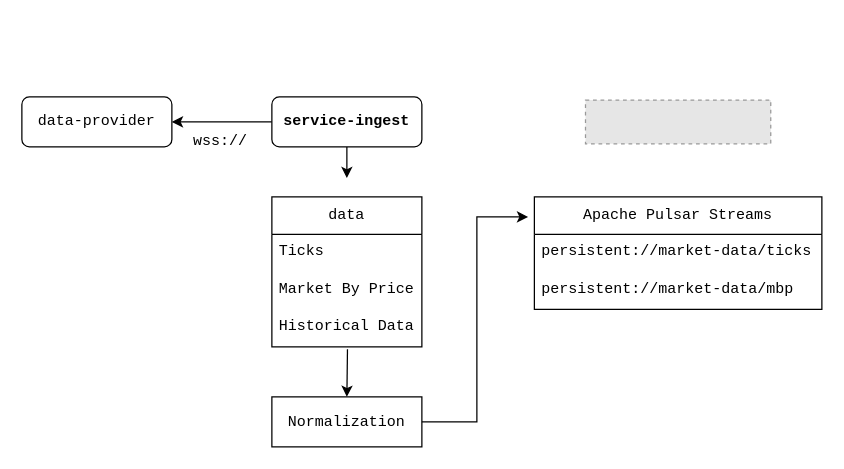
Earlier version of the draw.io diagram backend/service-docs/docs/assets/service-ingest.drawio (rey-sudo/blacker). Source tidied: cells renumbered, new cells numbered last; positions are measured from the earlier drawing's top-left corner, leaving out a move shared by most shapes. Both pictures are drawn from the tidied source at 125%, with x=0, y=0 at pixel (21, 21). Pictures stored in the file or linked from it are replaced by grey dashed boxes.
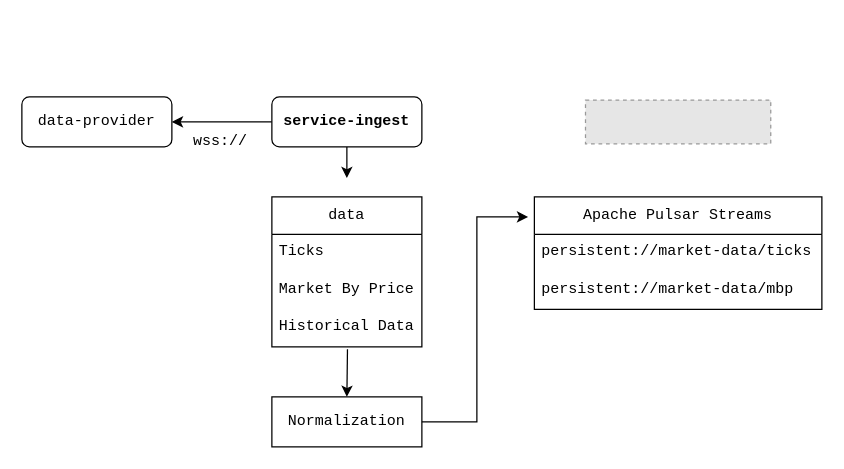
After the change.

The change refers to these unchanged cells:
```xml
<mxCell id="11" value="Historical Data" style="text;strokeColor=none;fillColor=none;align=left;verticalAlign=top;spacingLeft=4;spacingRight=4;overflow=hidden;points=[[0,0.5],[1,0.5]];portConstraint=eastwest;whiteSpace=wrap;html=1;fontFamily=Courier New;fontSize=12;" parent="8" vertex="1">
  <mxGeometry y="90" width="120" height="30" as="geometry" />
</mxCell>
```

The edit, as a diff of the source:
```diff
@@
-    <mxCell id="15" style="fillColor=#E6E6E6;strokeColor=#999999;dashed=1;" parent="1" vertex="1">
+    <mxCell id="15" style="fillColor=#E6E6E6;strokeColor=#999999;dashed=1;fontFamily=Courier New;" parent="1" vertex="1">
       <mxGeometry x="450.9" y="62.5" width="148.2" height="35" as="geometry" />
     </mxCell>
-    <mxCell id="16" value="&lt;font face=&quot;Courier New&quot;&gt;Normalization&lt;/font&gt;" style="rounded=0;whiteSpace=wrap;html=1;" parent="1" vertex="1">
+    <mxCell id="16" value="&lt;font&gt;Normalization&lt;/font&gt;" style="rounded=0;whiteSpace=wrap;html=1;fontFamily=Courier New;" parent="1" vertex="1">
       <mxGeometry x="200" y="300" width="120" height="40" as="geometry" />
     </mxCell>
-    <mxCell id="17" style="edgeStyle=orthogonalEdgeStyle;rounded=0;orthogonalLoop=1;jettySize=auto;html=1;entryX=0;entryY=0.133;entryDx=0;entryDy=0;entryPerimeter=0;" parent="1" edge="1">
+    <mxCell id="17" style="edgeStyle=orthogonalEdgeStyle;rounded=0;orthogonalLoop=1;jettySize=auto;html=1;entryX=0;entryY=0.133;entryDx=0;entryDy=0;entryPerimeter=0;fontFamily=Courier New;" parent="1" edge="1">
       <mxGeometry relative="1" as="geometry">
         <mxPoint x="320" y="320" as="sourcePoint" />
         <mxPoint x="405" y="156" as="targetPoint" />
         <Array as="points">
           <mxPoint x="364" y="320" />
           <mxPoint x="364" y="156" />
         </Array>
       </mxGeometry>
     </mxCell>
-    <mxCell id="18" style="edgeStyle=orthogonalEdgeStyle;rounded=0;jettySize=auto;html=1;exitX=0.5;exitY=0;exitDx=0;exitDy=0;entryX=0.504;entryY=1.064;entryDx=0;entryDy=0;entryPerimeter=0;endArrow=none;endFill=0;startArrow=classic;startFill=1;" parent="1" edge="1" source="16" target="11">
+    <mxCell id="18" style="edgeStyle=orthogonalEdgeStyle;rounded=0;jettySize=auto;html=1;exitX=0.5;exitY=0;exitDx=0;exitDy=0;entryX=0.504;entryY=1.064;entryDx=0;entryDy=0;entryPerimeter=0;endArrow=none;endFill=0;startArrow=classic;startFill=1;fontFamily=Courier New;" parent="1" edge="1" source="16" target="11">
       <mxGeometry relative="1" as="geometry" />
     </mxCell>
```
